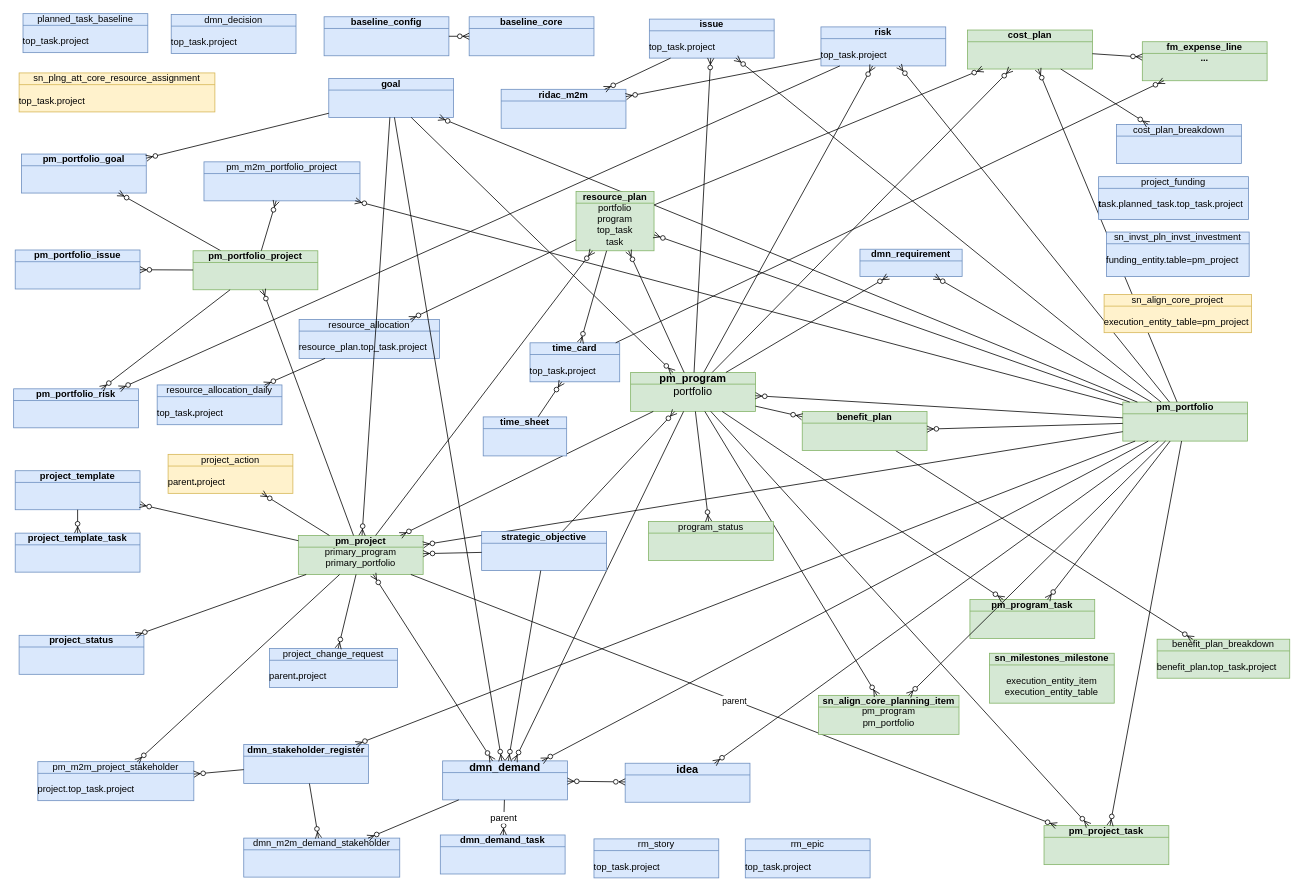
Above: page "allTables" (3 of 20) of Sar.drawio in algimas/tmp (draw.io), before the change. Source tidied: cells renumbered, new cells numbered last; positions are measured from the earlier drawing's top-left corner, leaving out a move shared by most shapes. Both pictures are drawn from the tidied source at 78%, with x=0, y=0 at pixel (13, 13).
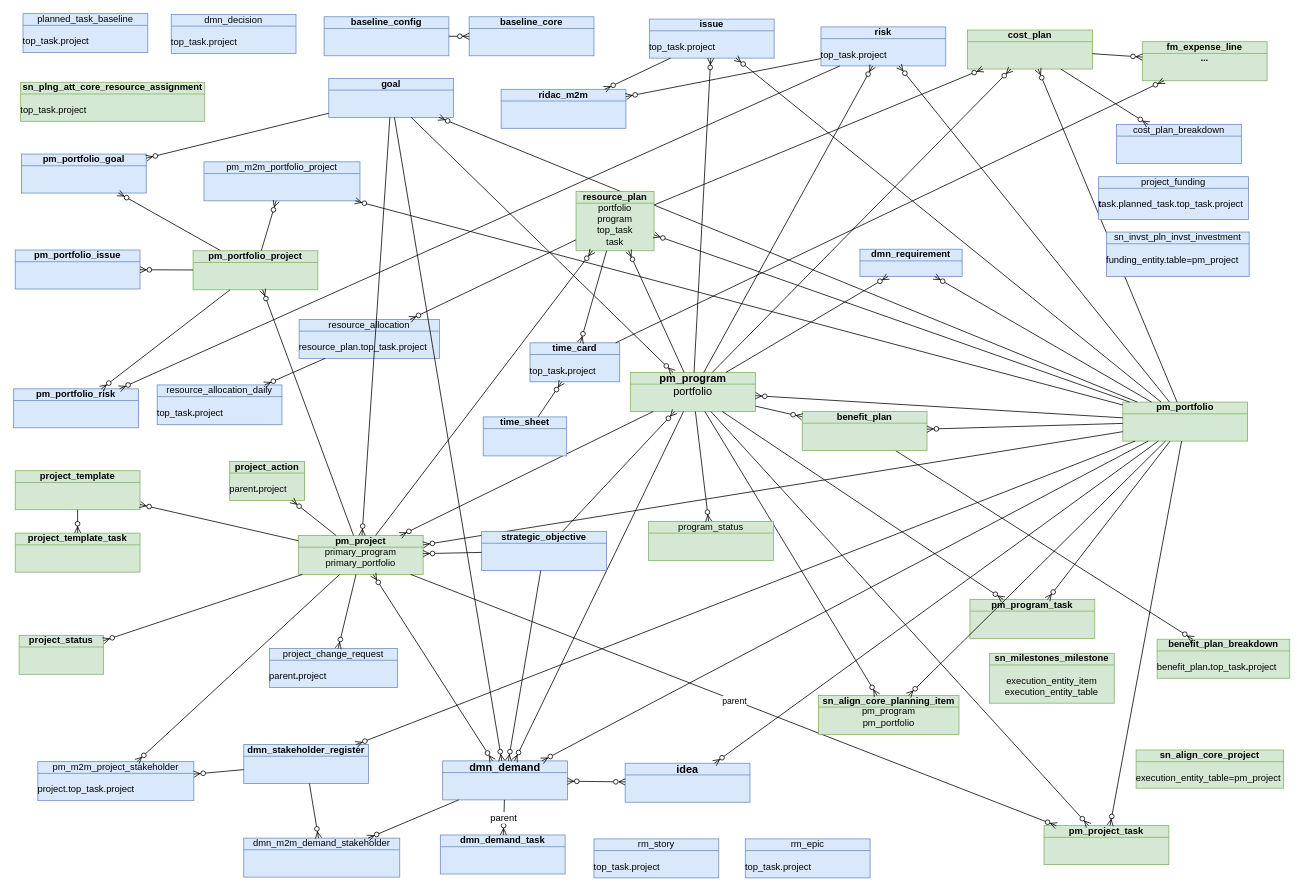
The same diagram, later.

Diff of the diagram source:
```diff
@@
-    <mxCell id="2" value="&lt;div&gt;&lt;span style=&quot;font-weight: normal;&quot;&gt;sn_plng_att_core_resource_assignment&lt;/span&gt;&lt;/div&gt;&lt;div&gt;&lt;br&gt;&lt;/div&gt;&lt;div align=&quot;left&quot;&gt;&lt;span style=&quot;font-weight: normal;&quot;&gt;top_task.&lt;/span&gt;&lt;span style=&quot;font-weight: normal;&quot;&gt;project&lt;/span&gt;&lt;/div&gt;" style="html=1;whiteSpace=wrap;fillColor=#fff2cc;shape=mxgraph.archimate3.businessObject;overflow=fill;strokeColor=#d6b656;fontStyle=1;" parent="1" vertex="1">
-      <mxGeometry x="7" y="76" width="251" height="50" as="geometry" />
+    <mxCell id="2" value="&lt;div&gt;sn_plng_att_core_resource_assignment&lt;/div&gt;&lt;div&gt;&lt;br&gt;&lt;/div&gt;&lt;div align=&quot;left&quot;&gt;&lt;span style=&quot;font-weight: normal;&quot;&gt;top_task.&lt;/span&gt;&lt;span style=&quot;font-weight: normal;&quot;&gt;project&lt;/span&gt;&lt;/div&gt;" style="html=1;whiteSpace=wrap;fillColor=#d5e8d4;shape=mxgraph.archimate3.businessObject;overflow=fill;strokeColor=#82b366;fontStyle=1;" parent="1" vertex="1">
+      <mxGeometry x="9" y="88" width="236" height="50" as="geometry" />
     </mxCell>
-    <mxCell id="3" value="&lt;div&gt;&lt;span style=&quot;font-weight: normal;&quot;&gt;benefit_plan_breakdown&lt;/span&gt;&lt;/div&gt;&lt;div&gt;&lt;br&gt;&lt;/div&gt;&lt;div align=&quot;left&quot;&gt;&lt;span style=&quot;font-weight: normal;&quot;&gt;benefit_plan&lt;/span&gt;.&lt;span style=&quot;font-weight: normal;&quot;&gt;top_task&lt;/span&gt;.&lt;span style=&quot;font-weight: normal;&quot;&gt;project&lt;/span&gt;&lt;/div&gt;" style="html=1;outlineConnect=0;whiteSpace=wrap;fillColor=#d5e8d4;shape=mxgraph.archimate3.businessObject;overflow=fill;strokeColor=#82b366;fontStyle=1;shadow=0;" parent="1" vertex="1">
+    <mxCell id="3" value="&lt;div&gt;benefit_plan_breakdown&lt;/div&gt;&lt;div&gt;&lt;br&gt;&lt;/div&gt;&lt;div align=&quot;left&quot;&gt;&lt;span style=&quot;font-weight: normal;&quot;&gt;benefit_plan&lt;/span&gt;.&lt;span style=&quot;font-weight: normal;&quot;&gt;top_task&lt;/span&gt;.&lt;span style=&quot;font-weight: normal;&quot;&gt;project&lt;/span&gt;&lt;/div&gt;" style="html=1;outlineConnect=0;whiteSpace=wrap;fillColor=#d5e8d4;shape=mxgraph.archimate3.businessObject;overflow=fill;strokeColor=#82b366;fontStyle=1;shadow=0;" parent="1" vertex="1">
       <mxGeometry x="1466" y="802" width="170" height="50" as="geometry" />
     </mxCell>
@@
-    <mxCell id="10" value="project_template" style="html=1;outlineConnect=0;whiteSpace=wrap;fillColor=#dae8fc;shape=mxgraph.archimate3.businessObject;overflow=fill;strokeColor=#6c8ebf;fontStyle=1;" parent="1" vertex="1">
+    <mxCell id="10" value="project_template" style="html=1;outlineConnect=0;whiteSpace=wrap;fillColor=#d5e8d4;shape=mxgraph.archimate3.businessObject;overflow=fill;strokeColor=#82b366;fontStyle=1;" parent="1" vertex="1">
       <mxGeometry x="2" y="586" width="160" height="50" as="geometry" />
     </mxCell>
@@
-    <mxCell id="16" value="project_status" style="html=1;outlineConnect=0;whiteSpace=wrap;fillColor=#dae8fc;shape=mxgraph.archimate3.businessObject;overflow=fill;strokeColor=#6c8ebf;fontStyle=1;" parent="1" vertex="1">
-      <mxGeometry x="7" y="797" width="160" height="50" as="geometry" />
+    <mxCell id="16" value="project_status" style="html=1;outlineConnect=0;whiteSpace=wrap;fillColor=#d5e8d4;shape=mxgraph.archimate3.businessObject;overflow=fill;strokeColor=#82b366;fontStyle=1;" parent="1" vertex="1">
+      <mxGeometry x="7" y="797" width="108" height="50" as="geometry" />
     </mxCell>
@@
-    <mxCell id="25" value="project_template_task" style="html=1;outlineConnect=0;whiteSpace=wrap;fillColor=#dae8fc;shape=mxgraph.archimate3.businessObject;overflow=fill;strokeColor=#6c8ebf;fontStyle=1;" parent="1" vertex="1">
+    <mxCell id="25" value="project_template_task" style="html=1;outlineConnect=0;whiteSpace=wrap;fillColor=#d5e8d4;shape=mxgraph.archimate3.businessObject;overflow=fill;strokeColor=#82b366;fontStyle=1;" parent="1" vertex="1">
       <mxGeometry x="2" y="666" width="160" height="50" as="geometry" />
     </mxCell>
@@
-    <mxCell id="109" value="&lt;div&gt;&lt;span style=&quot;font-weight: normal;&quot;&gt;project_action&lt;/span&gt;&lt;/div&gt;&lt;div&gt;&lt;br&gt;&lt;/div&gt;&lt;div align=&quot;left&quot;&gt;&lt;span style=&quot;font-weight: normal;&quot;&gt;parent&lt;/span&gt;.&lt;span style=&quot;font-weight: normal;&quot;&gt;project&lt;/span&gt;&lt;/div&gt;" style="html=1;outlineConnect=0;whiteSpace=wrap;fillColor=#fff2cc;shape=mxgraph.archimate3.businessObject;overflow=fill;strokeColor=#d6b656;fontStyle=1;" parent="1" vertex="1">
-      <mxGeometry x="198" y="565" width="160" height="50" as="geometry" />
+    <mxCell id="109" value="&lt;div&gt;project_action&lt;/div&gt;&lt;div&gt;&lt;br&gt;&lt;/div&gt;&lt;div align=&quot;left&quot;&gt;&lt;span style=&quot;font-weight: normal;&quot;&gt;parent&lt;/span&gt;.&lt;span style=&quot;font-weight: normal;&quot;&gt;project&lt;/span&gt;&lt;/div&gt;" style="html=1;outlineConnect=0;whiteSpace=wrap;fillColor=#d5e8d4;shape=mxgraph.archimate3.businessObject;overflow=fill;strokeColor=#82b366;fontStyle=1;" parent="1" vertex="1">
+      <mxGeometry x="277" y="574" width="96" height="50" as="geometry" />
     </mxCell>
@@
-    <mxCell id="116" value="&lt;div&gt;&lt;span style=&quot;font-weight: normal;&quot;&gt;sn_align_core_project&lt;/span&gt;&lt;/div&gt;&lt;div&gt;&lt;br&gt;&lt;/div&gt;&lt;div align=&quot;left&quot;&gt;&lt;span aria-label=&quot;Columns Section&quot; aria-hidden=&quot;false&quot; role=&quot;tabpanel&quot; style=&quot;display: block;&quot; id=&quot;section_tab.057f7a12bf7021007de108f7ff073947&quot; class=&quot;tabs2_section tabs2_section_1 tabs2_section1 tab_section&quot;&gt;&lt;span class=&quot;section&quot; id=&quot;section-057f7a12bf7021007de108f7ff073947&quot;&gt;&lt;span class=&quot;list_span_related embedded -tab-body&quot;&gt;&lt;span style=&quot;font-weight: normal;&quot;&gt;execution_entity_table=pm_project&lt;/span&gt;&lt;/span&gt;&lt;/span&gt;&lt;/span&gt;&lt;/div&gt;" style="html=1;whiteSpace=wrap;fillColor=#fff2cc;shape=mxgraph.archimate3.businessObject;overflow=fill;strokeColor=#d6b656;fontStyle=1;" parent="1" vertex="1">
-      <mxGeometry x="1398" y="360" width="189" height="49" as="geometry" />
+    <mxCell id="116" value="&lt;div&gt;sn_align_core_project&lt;/div&gt;&lt;div&gt;&lt;br&gt;&lt;/div&gt;&lt;div align=&quot;left&quot;&gt;&lt;span aria-label=&quot;Columns Section&quot; aria-hidden=&quot;false&quot; role=&quot;tabpanel&quot; style=&quot;display: block;&quot; id=&quot;section_tab.057f7a12bf7021007de108f7ff073947&quot; class=&quot;tabs2_section tabs2_section_1 tabs2_section1 tab_section&quot;&gt;&lt;span class=&quot;section&quot; id=&quot;section-057f7a12bf7021007de108f7ff073947&quot;&gt;&lt;span class=&quot;list_span_related embedded -tab-body&quot;&gt;&lt;span style=&quot;font-weight: normal;&quot;&gt;execution_entity_table=pm_project&lt;/span&gt;&lt;/span&gt;&lt;/span&gt;&lt;/span&gt;&lt;/div&gt;" style="html=1;whiteSpace=wrap;fillColor=#d5e8d4;shape=mxgraph.archimate3.businessObject;overflow=fill;strokeColor=#82b366;fontStyle=1;" parent="1" vertex="1">
+      <mxGeometry x="1439" y="944" width="189" height="49" as="geometry" />
     </mxCell>
```
